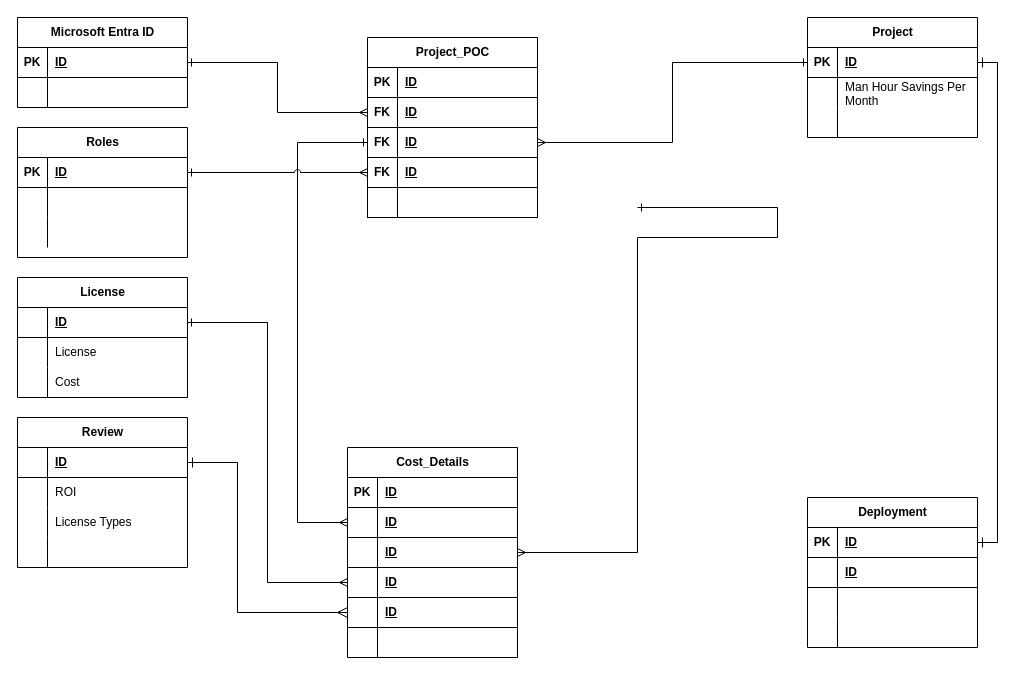
The draw.io diagram page "Option-3y" (2 of 3) of erd-projint-01.drawio in josjreyes/ProjectIntake, before the edit. Source tidied: cells renumbered, new cells numbered last; positions are measured from the earlier drawing's top-left corner, leaving out a move shared by most shapes. Both pictures are drawn from the tidied source at 100%, with x=0, y=0 at pixel (17, 17).
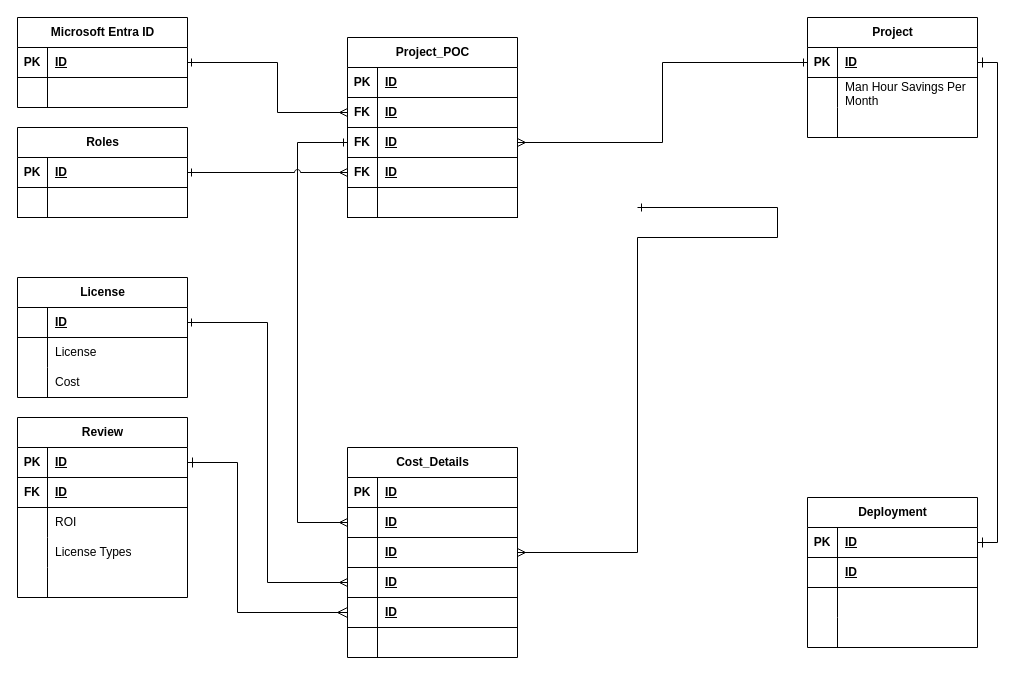
The same page after the edit.

The change refers to these unchanged cells:
```xml
<mxCell id="64" style="shape=tableRow;horizontal=0;startSize=0;swimlaneHead=0;swimlaneBody=0;fillColor=none;points=[[0,0.5],[1,0.5]];portConstraint=eastwest;top=0;left=0;right=0;bottom=1;" parent="63" vertex="1">
  <mxGeometry y="30" width="170" height="30" as="geometry" />
</mxCell>
```

The edit, as a diff of the source:
```diff
@@
     <mxCell id="63" value="Review" style="shape=table;startSize=30;childLayout=tableLayout;rowLines=0;fontStyle=1;align=center;html=1;" parent="1" vertex="1">
-      <mxGeometry y="400" width="170" height="150" as="geometry" />
+      <mxGeometry y="400" width="170" height="180" as="geometry" />
     </mxCell>
@@
-    <mxCell id="65" style="shape=partialRectangle;fillColor=none;top=0;left=0;bottom=0;right=0;fontStyle=1;overflow=hidden;whiteSpace=wrap;html=1;" parent="64" vertex="1">
+    <mxCell id="65" value="PK" style="shape=partialRectangle;fillColor=none;top=0;left=0;bottom=0;right=0;fontStyle=1;overflow=hidden;whiteSpace=wrap;html=1;" parent="64" vertex="1">
       <mxGeometry width="30" height="30" as="geometry" />
     </mxCell>
@@
+    <mxCell id="108" style="shape=tableRow;horizontal=0;startSize=0;swimlaneHead=0;swimlaneBody=0;fillColor=none;top=0;left=0;right=0;bottom=1;" parent="63" vertex="1">
+      <mxGeometry y="60" width="170" height="30" as="geometry" />
+    </mxCell>
+    <mxCell id="109" value="FK" style="shape=partialRectangle;fillColor=none;top=0;left=0;bottom=0;right=0;fontStyle=1;overflow=hidden;whiteSpace=wrap;html=1;" parent="108" vertex="1">
+      <mxGeometry width="30" height="30" as="geometry" />
+    </mxCell>
+    <mxCell id="110" value="ID" style="shape=partialRectangle;fillColor=none;top=0;left=0;bottom=0;right=0;align=left;spacingLeft=6;fontStyle=5;overflow=hidden;whiteSpace=wrap;html=1;" parent="108" vertex="1">
+      <mxGeometry x="30" width="140" height="30" as="geometry" />
+    </mxCell>
     <mxCell id="67" style="shape=tableRow;horizontal=0;startSize=0;swimlaneHead=0;swimlaneBody=0;fillColor=none;top=0;left=0;right=0;bottom=0;" parent="63" vertex="1">
-      <mxGeometry y="60" width="170" height="30" as="geometry" />
+      <mxGeometry y="90" width="170" height="30" as="geometry" />
     </mxCell>
@@
     <mxCell id="70" style="shape=tableRow;horizontal=0;startSize=0;swimlaneHead=0;swimlaneBody=0;fillColor=none;top=0;left=0;right=0;bottom=0;" parent="63" vertex="1">
-      <mxGeometry y="90" width="170" height="30" as="geometry" />
+      <mxGeometry y="120" width="170" height="30" as="geometry" />
     </mxCell>
@@
     <mxCell id="73" style="shape=tableRow;horizontal=0;startSize=0;swimlaneHead=0;swimlaneBody=0;fillColor=none;top=0;left=0;right=0;bottom=0;" parent="63" vertex="1">
-      <mxGeometry y="120" width="170" height="30" as="geometry" />
+      <mxGeometry y="150" width="170" height="30" as="geometry" />
     </mxCell>
@@
     <mxCell id="76" value="Roles" style="shape=table;startSize=30;childLayout=tableLayout;rowLines=0;fontStyle=1;align=center;html=1;" parent="1" vertex="1">
-      <mxGeometry y="110" width="170" height="130" as="geometry" />
+      <mxGeometry y="110" width="170" height="90" as="geometry" />
     </mxCell>
@@
-    <mxCell id="80" style="shape=tableRow;horizontal=0;startSize=0;swimlaneHead=0;swimlaneBody=0;fillColor=none;top=0;left=0;right=0;bottom=0;" parent="76" vertex="1">
-      <mxGeometry y="60" width="170" height="30" as="geometry" />
-    </mxCell>
-    <mxCell id="81" style="shape=partialRectangle;fillColor=none;top=0;left=0;bottom=0;right=0;overflow=hidden;whiteSpace=wrap;html=1;" parent="80" vertex="1">
-      <mxGeometry width="30" height="30" as="geometry" />
-    </mxCell>
-    <mxCell id="82" style="shape=partialRectangle;fillColor=none;top=0;left=0;bottom=0;right=0;align=left;spacingLeft=6;overflow=hidden;whiteSpace=wrap;html=1;" parent="80" vertex="1">
-      <mxGeometry x="30" width="140" height="30" as="geometry" />
-    </mxCell>
-    <mxCell id="83" style="shape=tableRow;horizontal=0;startSize=0;swimlaneHead=0;swimlaneBody=0;fillColor=none;top=0;left=0;right=0;bottom=0;" parent="76" vertex="1">
-      <mxGeometry y="90" width="170" height="30" as="geometry" />
-    </mxCell>
-    <mxCell id="84" style="shape=partialRectangle;fillColor=none;top=0;left=0;bottom=0;right=0;overflow=hidden;whiteSpace=wrap;html=1;" parent="83" vertex="1">
-      <mxGeometry width="30" height="30" as="geometry" />
-    </mxCell>
-    <mxCell id="85" style="shape=partialRectangle;fillColor=none;top=0;left=0;bottom=0;right=0;align=left;spacingLeft=6;overflow=hidden;whiteSpace=wrap;html=1;" parent="83" vertex="1">
-      <mxGeometry x="30" width="140" height="30" as="geometry" />
-    </mxCell>
+    <mxCell id="111" style="shape=tableRow;horizontal=0;startSize=0;swimlaneHead=0;swimlaneBody=0;fillColor=none;top=0;left=0;right=0;bottom=1;" parent="76" vertex="1">
+      <mxGeometry y="60" width="170" height="30" as="geometry" />
+    </mxCell>
+    <mxCell id="112" style="shape=partialRectangle;fillColor=none;top=0;left=0;bottom=0;right=0;fontStyle=1;overflow=hidden;whiteSpace=wrap;html=1;" parent="111" vertex="1">
+      <mxGeometry width="30" height="30" as="geometry" />
+    </mxCell>
+    <mxCell id="113" style="shape=partialRectangle;fillColor=none;top=0;left=0;bottom=0;right=0;align=left;spacingLeft=6;fontStyle=5;overflow=hidden;whiteSpace=wrap;html=1;" parent="111" vertex="1">
+      <mxGeometry x="30" width="140" height="30" as="geometry" />
+    </mxCell>
     <mxCell id="86" value="Project_POC" style="shape=table;startSize=30;childLayout=tableLayout;rowLines=0;fontStyle=1;align=center;html=1;" parent="1" vertex="1">
-      <mxGeometry x="350" y="20" width="170" height="180" as="geometry" />
+      <mxGeometry x="330" y="20" width="170" height="180" as="geometry" />
     </mxCell>
```
